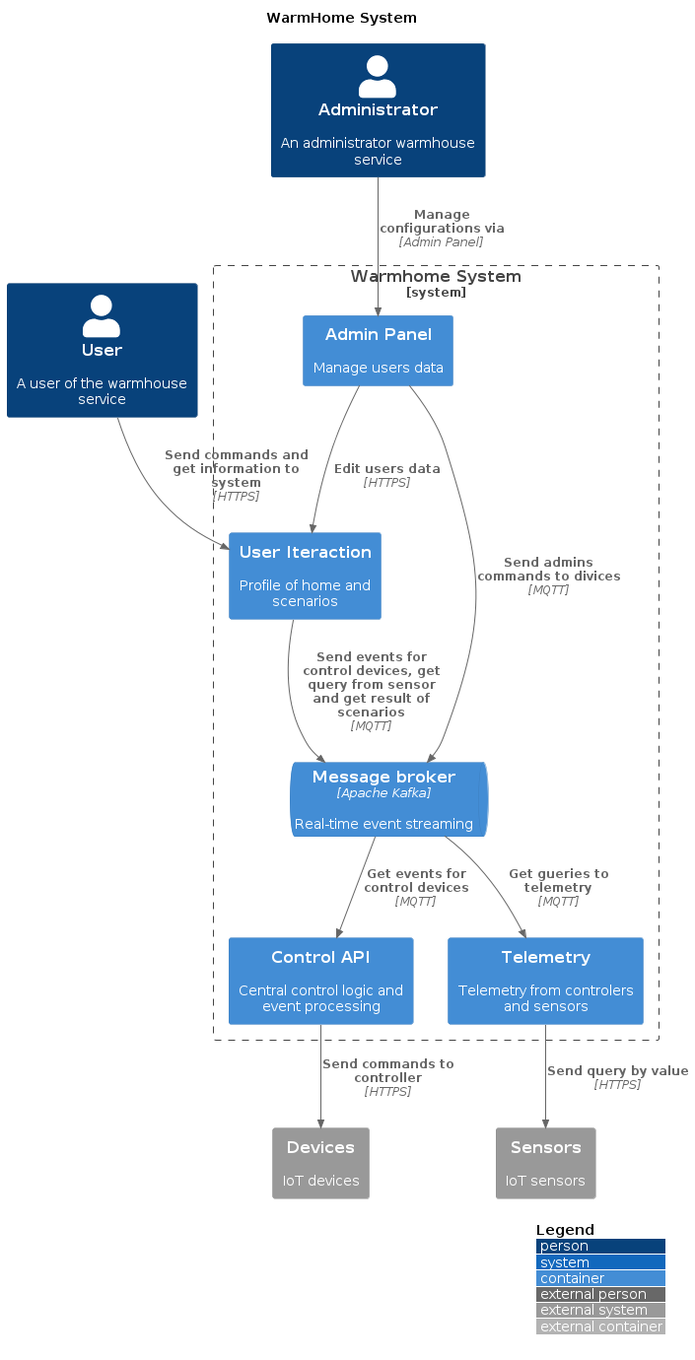
AIofHuman/architecture-sprint-3 keeps this PlantUML diagram as diagrams/container/warmhouse_container.png. Above is the earlier version. Its diagram source:
```plantuml
@startuml
!includeurl https://raw.githubusercontent.com/plantuml-stdlib/C4-PlantUML/master/C4_Container.puml

title WarmHome System

LAYOUT_WITH_LEGEND()

Person(user, "User", "A user of the warmhouse service")
Person(admin, "Administrator", "An administrator warmhouse service")

System_Boundary(system, "Warmhome System") {
    Container(user_iteraction, "User Iteraction", "", "Profile of home and scenarios")
    Container(admin_panel, "Admin Panel", "", "Manage users data")
    Container(control_api, "Control API", "", "Central control logic and event processing")
    ContainerQueue(kafka, "Message broker", "Apache Kafka", "Real-time event streaming")
    Container(telemetry, "Telemetry", "", "Telemetry from controlers and sensors")
}

System_Ext(devices, "Devices", "IoT devices")
System_Ext(sensors, "Sensors", "IoT sensors")

Rel(user, user_iteraction, "Send commands and get information to system", "HTTPS")
Rel(admin, admin_panel, "Manage configurations via", "Admin Panel")
Rel(admin_panel, user_iteraction,  "Edit users data",  "HTTPS")

Rel(user_iteraction, kafka, "Send events for control devices, get query from sensor and get result of scenarios", "MQTT")
Rel(admin_panel, kafka, "Send admins commands to divices", "MQTT")

Rel(kafka, control_api, "Get events for control devices", "MQTT")
Rel(kafka, telemetry, "Get gueries to telemetry", "MQTT")

Rel(control_api, devices, "Send commands to controller", "HTTPS")
Rel(telemetry, sensors, "Send query by value", "HTTPS")

@enduml
```
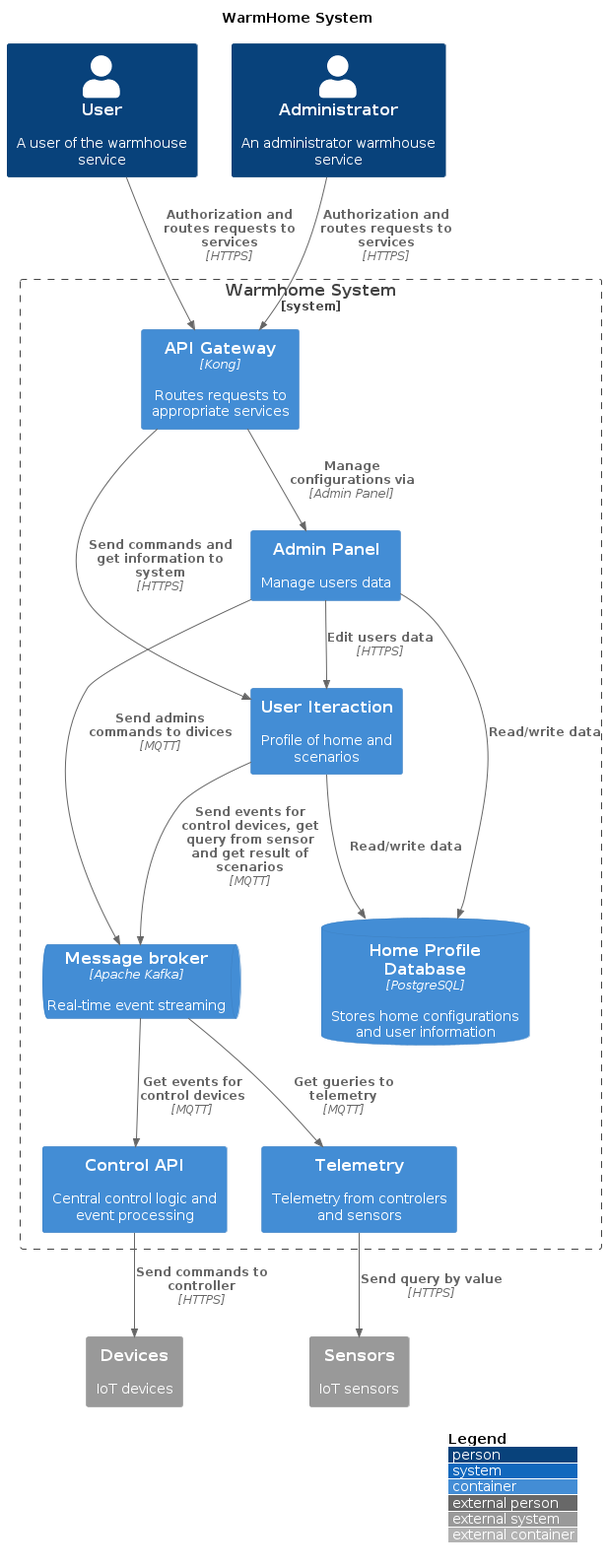
The same file after the commit.

Commit message:
Automated diagram generation

What changed in the source:
```diff
@@ -9,9 +9,11 @@
 Person(admin, "Administrator", "An administrator warmhouse service")
 
 System_Boundary(system, "Warmhome System") {
+    Container(api_gateway, "API Gateway", "Kong", "Routes requests to appropriate services")
     Container(user_iteraction, "User Iteraction", "", "Profile of home and scenarios")
     Container(admin_panel, "Admin Panel", "", "Manage users data")
     Container(control_api, "Control API", "", "Central control logic and event processing")
+    ContainerDb(home_profile_db, "Home Profile Database", "PostgreSQL", "Stores home configurations and user information")
     ContainerQueue(kafka, "Message broker", "Apache Kafka", "Real-time event streaming")
     Container(telemetry, "Telemetry", "", "Telemetry from controlers and sensors")
 }
@@ -19,9 +21,13 @@
 System_Ext(devices, "Devices", "IoT devices")
 System_Ext(sensors, "Sensors", "IoT sensors")
 
-Rel(user, user_iteraction, "Send commands and get information to system", "HTTPS")
-Rel(admin, admin_panel, "Manage configurations via", "Admin Panel")
+Rel(user, api_gateway, "Authorization and routes requests to services", "HTTPS")
+Rel(admin, api_gateway, "Authorization and routes requests to services", "HTTPS")
+Rel(api_gateway, user_iteraction, "Send commands and get information to system", "HTTPS")
+Rel(api_gateway, admin_panel, "Manage configurations via", "Admin Panel")
 Rel(admin_panel, user_iteraction,  "Edit users data",  "HTTPS")
+Rel(admin_panel, home_profile_db, "Read/write data")
+Rel(user_iteraction, home_profile_db, "Read/write data")
 
 Rel(user_iteraction, kafka, "Send events for control devices, get query from sensor and get result of scenarios", "MQTT")
 Rel(admin_panel, kafka, "Send admins commands to divices", "MQTT")
```
